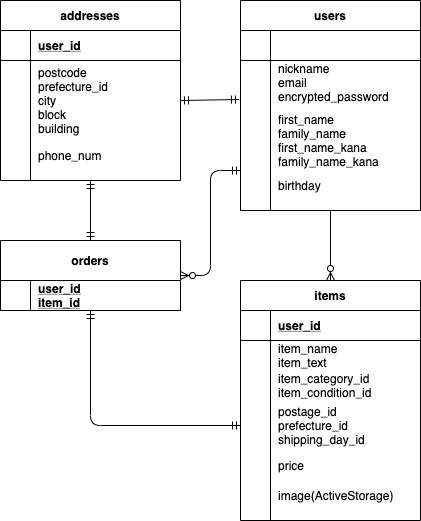
This is ER.drawio.png from ryamahita0407/furima-27986, a draw.io export, as it was before one commit. Source tidied: cells renumbered, new cells last; positions are measured from the earlier drawing's top-left corner, leaving out a move shared by most shapes.
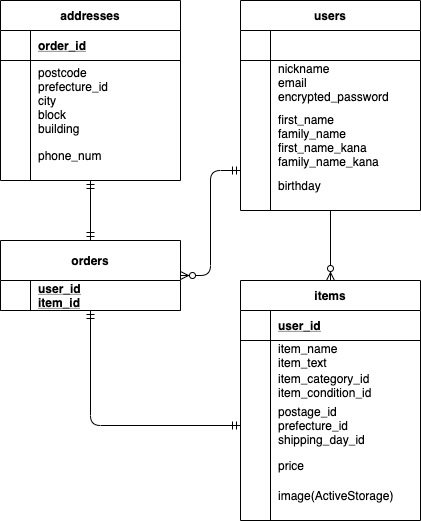
The same diagram one commit later.

Change to the diagram source:
```diff
@@ -5,9 +5,6 @@
     <mxCell id="2" style="fontSize=12;html=1;endArrow=ERzeroToMany;endFill=1;entryX=0.5;entryY=0;entryDx=0;entryDy=0;exitX=0.5;exitY=1;exitDx=0;exitDy=0;" parent="1" edge="1" source="14" target="27">
       <mxGeometry relative="1" as="geometry" />
     </mxCell>
-    <mxCell id="3" style="fontSize=12;html=1;endArrow=ERmandOne;startArrow=ERmandOne;exitX=1;exitY=0.5;exitDx=0;exitDy=0;entryX=-0.006;entryY=0.78;entryDx=0;entryDy=0;entryPerimeter=0;" parent="1" edge="1" source="8" target="18">
-      <mxGeometry relative="1" as="geometry" />
-    </mxCell>
     <mxCell id="4" value="addresses" style="shape=table;startSize=30;rowLines=0;fontStyle=1;align=center;" parent="1" vertex="1">
       <mxGeometry width="180" height="180" as="geometry" />
     </mxCell>
@@ -17,7 +14,7 @@
     <mxCell id="6" style="shape=partialRectangle;fillColor=none;top=0;left=0;bottom=0;right=0;fontStyle=1;overflow=hidden;" parent="5" vertex="1">
       <mxGeometry width="30" height="30" as="geometry" />
     </mxCell>
-    <mxCell id="7" value="user_id" style="shape=partialRectangle;fillColor=none;top=0;left=0;bottom=0;right=0;align=left;spacingLeft=6;fontStyle=5;overflow=hidden;" parent="5" vertex="1">
+    <mxCell id="7" value="order_id" style="shape=partialRectangle;fillColor=none;top=0;left=0;bottom=0;right=0;align=left;spacingLeft=6;fontStyle=5;overflow=hidden;" parent="5" vertex="1">
       <mxGeometry x="30" width="150" height="30" as="geometry" />
     </mxCell>
     <mxCell id="8" style="shape=partialRectangle;fillColor=none;top=0;left=0;bottom=0;right=0;points=[[0,0.5],[1,0.5]];portConstraint=eastwest;" parent="4" vertex="1">
```
